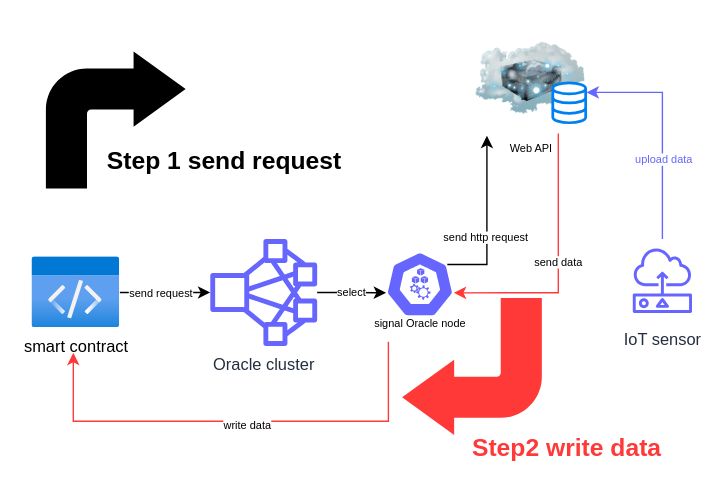
Above: Untitled Diagram.drawio in MF0-ANT1SHY/DiagramFolder (draw.io), before the change. Source tidied: cells renumbered, new cells numbered last; positions are measured from the earlier drawing's top-left corner, leaving out a move shared by most shapes. Both pictures are drawn from the tidied source at 137%, with x=0, y=0 at pixel (32, 23).
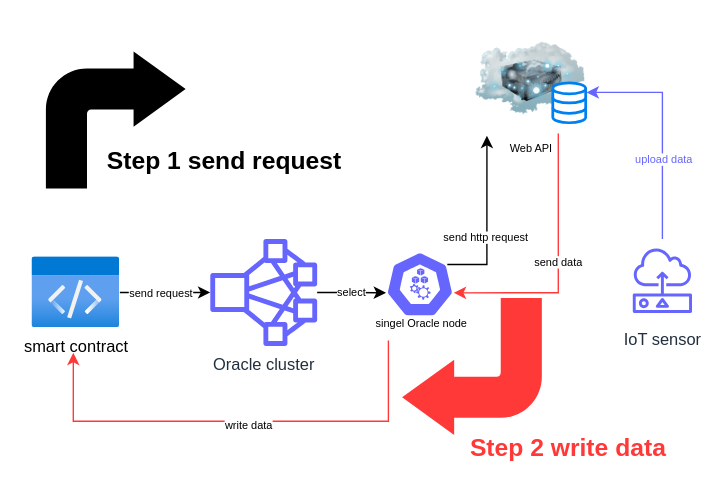
Above is the later version.

Unchanged cells that the change refers to:
```xml
<mxCell id="7" style="group;" parent="1" vertex="1">
  <mxGeometry x="238" y="166" width="90" height="66" as="geometry" />
</mxCell>
```

The edit, as a diff of the source:
```diff
@@
-    <mxCell id="9" value="&lt;font style=&quot;font-size: 8px;&quot;&gt;signal Oracle node&lt;/font&gt;" style="text;html=1;align=center;verticalAlign=middle;points=[];fillColor=none;strokeColor=none;rounded=0;fillStyle=auto;fontSize=13;" parent="7" vertex="1">
-      <mxGeometry y="36" width="90" height="30" as="geometry" />
+    <mxCell id="9" value="&lt;font style=&quot;font-size: 8px;&quot;&gt;singel Oracle node&lt;/font&gt;" style="text;html=1;align=center;verticalAlign=middle;points=[];fillColor=none;strokeColor=none;rounded=0;fillStyle=auto;fontSize=13;" parent="7" vertex="1">
+      <mxGeometry x="3" y="37" width="85" height="28" as="geometry" />
     </mxCell>
@@
-    <mxCell id="25" value="&lt;font color=&quot;#ff3838&quot; style=&quot;font-size: 18px;&quot;&gt;Step2 write data&lt;/font&gt;" style="text;html=1;align=center;verticalAlign=middle;fillColor=none;strokeColor=none;rounded=0;fillStyle=auto;fontSize=8;fontColor=#000000;fontStyle=1;" parent="1" vertex="1">
-      <mxGeometry x="310" y="290" width="160" height="40" as="geometry" />
+    <mxCell id="25" value="&lt;font color=&quot;#ff3838&quot; style=&quot;font-size: 18px;&quot;&gt;Step 2 write data&lt;/font&gt;" style="text;html=1;align=center;verticalAlign=middle;fillColor=none;strokeColor=none;rounded=0;fillStyle=auto;fontSize=8;fontColor=#000000;fontStyle=1;" parent="1" vertex="1">
+      <mxGeometry x="310" y="293" width="161" height="34" as="geometry" />
     </mxCell>
```
